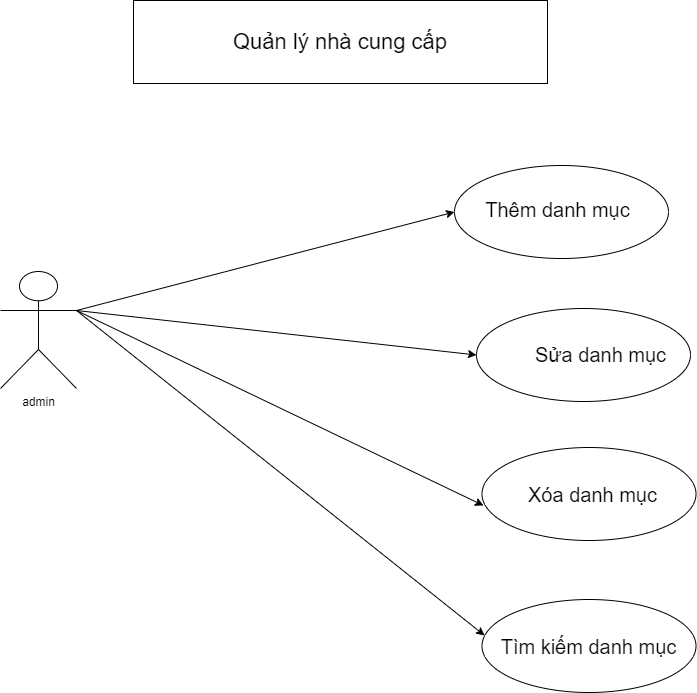
dungvu242k3/JAVA keeps this draw.io diagram as 3drawio.png. Above is the earlier version. Source tidied: cells renumbered, new cells last; positions are measured from the earlier drawing's top-left corner, leaving out a move shared by most shapes.
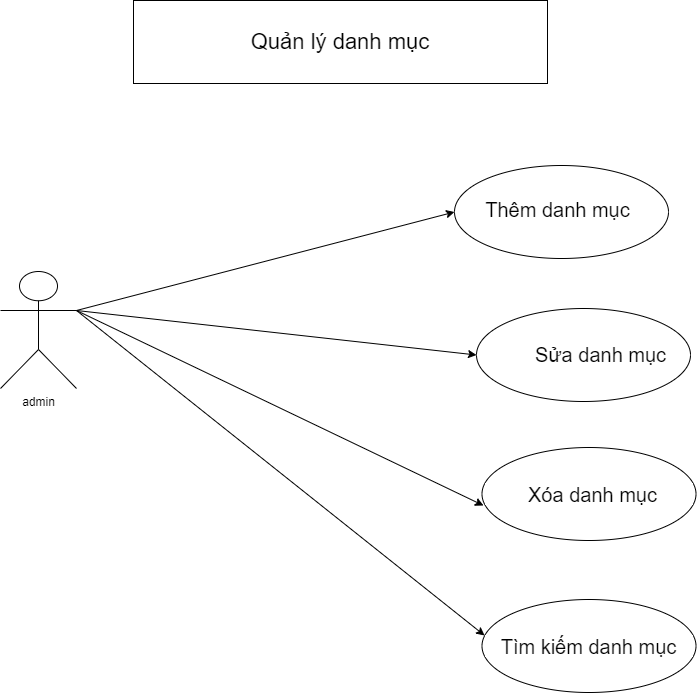
After the commit.

Commit message:
Cập nhật 3drawio.png

Change to the diagram source:
```diff
@@ -41,7 +41,7 @@
     <mxCell id="14" value="&lt;font style=&quot;font-size: 20px;&quot;&gt;Tìm kiếm danh mục&lt;/font&gt;" style="text;html=1;align=center;verticalAlign=middle;whiteSpace=wrap;rounded=0;" parent="1" vertex="1">
       <mxGeometry x="493" y="615" width="191" height="61" as="geometry" />
     </mxCell>
-    <mxCell id="15" value="&lt;font style=&quot;font-size: 22px;&quot;&gt;Quản lý nhà cung cấp&lt;/font&gt;" style="rounded=0;whiteSpace=wrap;html=1;" parent="1" vertex="1">
+    <mxCell id="15" value="&lt;font style=&quot;font-size: 22px;&quot;&gt;Quản lý danh mục&lt;/font&gt;" style="rounded=0;whiteSpace=wrap;html=1;" parent="1" vertex="1">
       <mxGeometry x="133" width="414" height="83" as="geometry" />
     </mxCell>
   </root>
```
